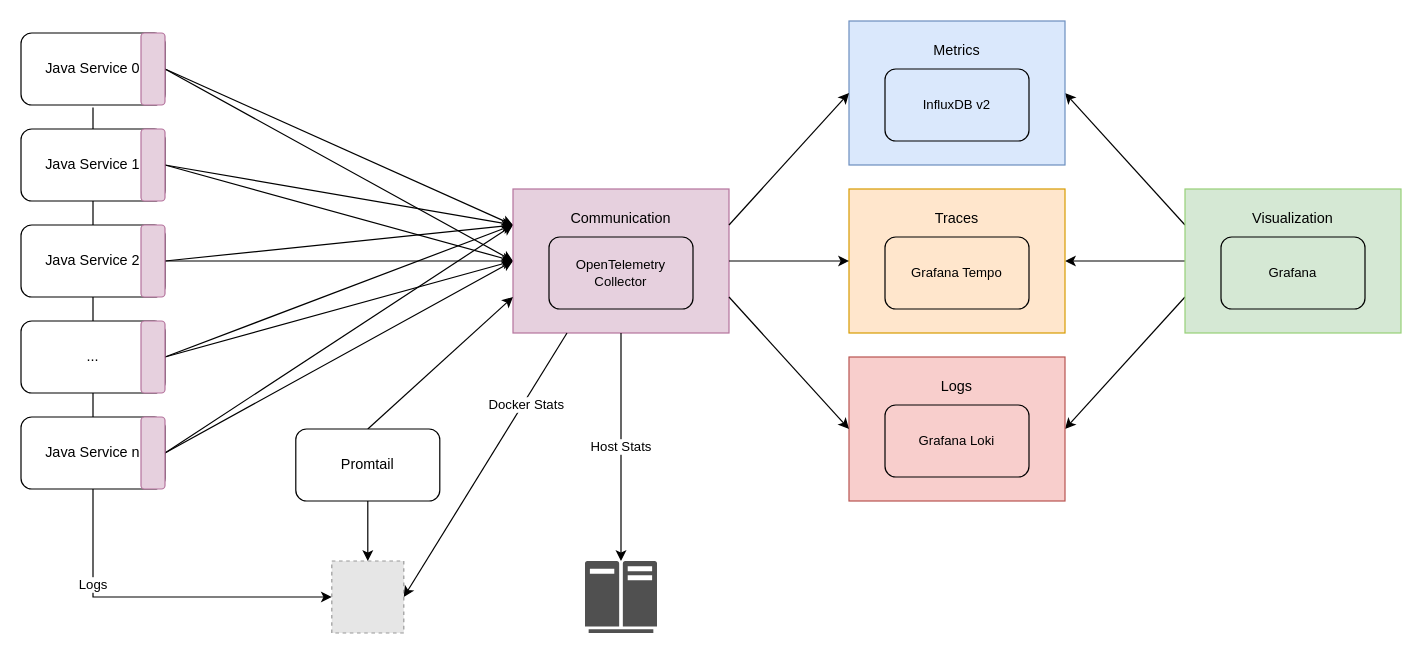
Above: architecture-observability-final.drawio in nastye/drawio-diagrams (draw.io), before the change. Source tidied: cells renumbered, new cells numbered last; positions are measured from the earlier drawing's top-left corner, leaving out a move shared by most shapes. Both pictures are drawn from the tidied source at 120%, with x=0, y=0 at pixel (20, 20). Pictures stored in the file or linked from it are replaced by grey dashed boxes.
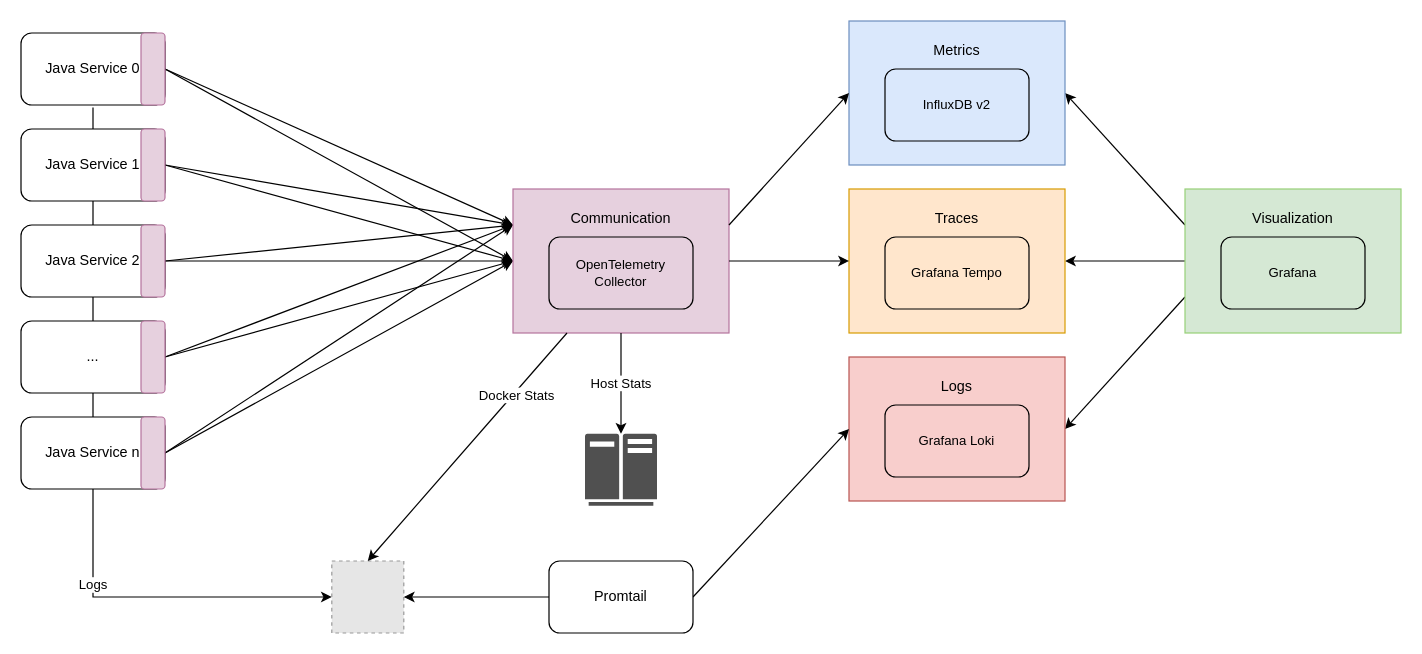
The same diagram, later.

Unchanged cells that the change refers to:
```xml
<mxCell id="24" style="rounded=0;whiteSpace=wrap;html=1;fillColor=#f8cecc;strokeColor=#b85450;" parent="1" vertex="1">
  <mxGeometry x="690" y="280" width="180" height="120" as="geometry" />
</mxCell>
<mxCell id="34" style="rounded=0;whiteSpace=wrap;html=1;fillColor=#E6D0DE;strokeColor=#B5739D;" parent="33" vertex="1">
  <mxGeometry width="180" height="120" as="geometry" />
</mxCell>
<mxCell id="40" style="fillColor=#E6E6E6;strokeColor=#999999;dashed=1;html=1;verticalAlign=top;verticalLabelPosition=bottom;labelBackgroundColor=#ffffff;" parent="1" vertex="1">
  <mxGeometry x="259" y="450" width="60" height="60" as="geometry" />
</mxCell>
```

What changed in the source:
```diff
@@
-    <mxCell id="39" style="rounded=0;jettySize=auto;html=1;exitX=1;exitY=0.75;exitDx=0;exitDy=0;entryX=0;entryY=0.5;entryDx=0;entryDy=0;" parent="1" edge="1" source="34" target="24">
-      <mxGeometry relative="1" as="geometry" />
-    </mxCell>
@@
     <mxCell id="41" style="sketch=0;shadow=0;dashed=0;html=1;strokeColor=none;fillColor=#505050;labelPosition=center;verticalLabelPosition=bottom;verticalAlign=top;outlineConnect=0;align=center;shape=mxgraph.office.servers.mainframe_host;" parent="1" vertex="1">
-      <mxGeometry x="470" y="450" width="60" height="60" as="geometry" />
+      <mxGeometry x="470" y="344" width="60" height="60" as="geometry" />
     </mxCell>
@@
-    <mxCell id="43" style="rounded=0;jettySize=auto;html=1;exitX=0.5;exitY=1;exitDx=0;exitDy=0;entryX=0.5;entryY=0;entryDx=0;entryDy=0;" parent="1" edge="1" source="45" target="40">
+    <mxCell id="43" style="rounded=0;jettySize=auto;html=1;exitX=0;exitY=0.5;exitDx=0;exitDy=0;entryX=1;entryY=0.5;entryDx=0;entryDy=0;" parent="1" edge="1" source="45" target="40">
       <mxGeometry relative="1" as="geometry" />
     </mxCell>
-    <mxCell id="44" style="edgeStyle=none;rounded=0;jettySize=auto;html=1;exitX=0.5;exitY=0;exitDx=0;exitDy=0;entryX=0;entryY=0.75;entryDx=0;entryDy=0;" parent="1" edge="1" source="45" target="34">
+    <mxCell id="44" style="edgeStyle=none;rounded=0;jettySize=auto;html=1;exitX=1;exitY=0.5;exitDx=0;exitDy=0;entryX=0;entryY=0.5;entryDx=0;entryDy=0;" parent="1" edge="1" source="45" target="24">
       <mxGeometry relative="1" as="geometry" />
     </mxCell>
     <mxCell id="45" value="Promtail" style="rounded=1;whiteSpace=wrap;html=1;" parent="1" vertex="1">
-      <mxGeometry x="229" y="340" width="120" height="60" as="geometry" />
+      <mxGeometry x="440" y="450" width="120" height="60" as="geometry" />
     </mxCell>
-    <mxCell id="46" value="Docker Stats" style="edgeStyle=none;rounded=0;jettySize=auto;html=1;exitX=0.25;exitY=1;exitDx=0;exitDy=0;entryX=1;entryY=0.5;entryDx=0;entryDy=0;" parent="1" edge="1" source="34" target="40">
+    <mxCell id="46" value="Docker Stats" style="edgeStyle=none;rounded=0;jettySize=auto;html=1;exitX=0.25;exitY=1;exitDx=0;exitDy=0;entryX=0.5;entryY=0;entryDx=0;entryDy=0;" parent="1" edge="1" source="34" target="40">
       <mxGeometry x="-0.47" y="3" relative="1" as="geometry" />
     </mxCell>
```
